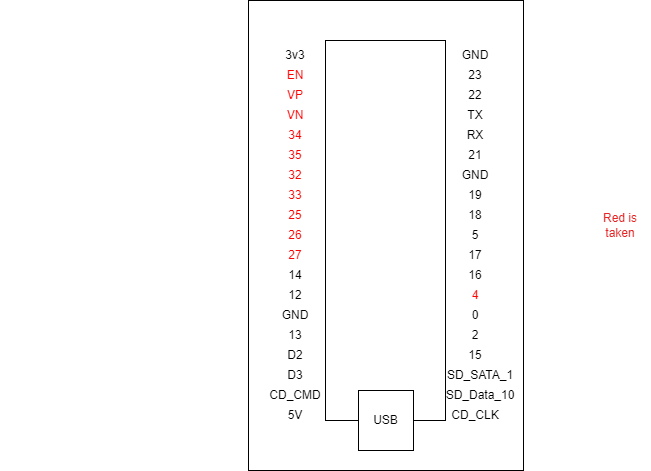
Boti21/SDU-SPRO3-CODE keeps this draw.io diagram as SPRO3-Firmware/pin_out.png. Above is the earlier version. Source tidied: cells renumbered, new cells last; positions are measured from the earlier drawing's top-left corner, leaving out a move shared by most shapes.
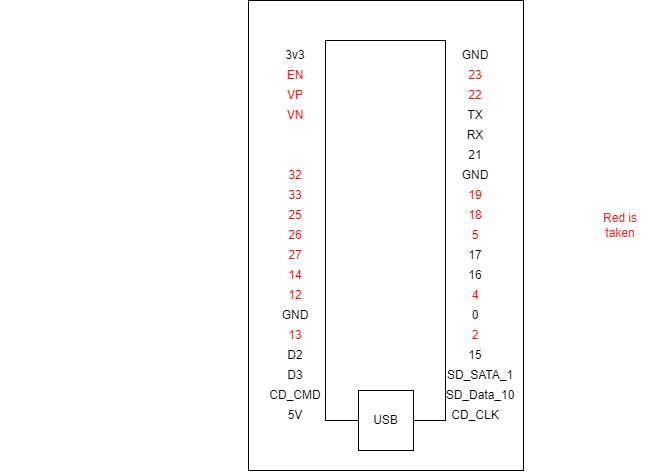
Later version of the same file.

What changed in the source:
```diff
@@ -20,10 +20,10 @@
     <mxCell id="7" value="VN" style="text;html=1;strokeColor=none;fillColor=none;align=center;verticalAlign=middle;whiteSpace=wrap;rounded=0;fontColor=#FF0000;" parent="1" vertex="1">
       <mxGeometry x="265" y="100" width="60" height="30" as="geometry" />
     </mxCell>
-    <mxCell id="8" value="34" style="text;html=1;strokeColor=none;fillColor=none;align=center;verticalAlign=middle;whiteSpace=wrap;rounded=0;fontColor=#FF0000;" parent="1" vertex="1">
+    <mxCell id="8" value="&lt;font color=&quot;#ffffff&quot;&gt;34&lt;/font&gt;" style="text;html=1;strokeColor=none;fillColor=none;align=center;verticalAlign=middle;whiteSpace=wrap;rounded=0;fontColor=#FF0000;" parent="1" vertex="1">
       <mxGeometry x="265" y="120" width="60" height="30" as="geometry" />
     </mxCell>
-    <mxCell id="9" value="35" style="text;html=1;strokeColor=none;fillColor=none;align=center;verticalAlign=middle;whiteSpace=wrap;rounded=0;fontColor=#FF0000;" parent="1" vertex="1">
+    <mxCell id="9" value="35" style="text;html=1;strokeColor=none;fillColor=none;align=center;verticalAlign=middle;whiteSpace=wrap;rounded=0;fontColor=#FFFFFF;" parent="1" vertex="1">
       <mxGeometry x="265" y="140" width="60" height="30" as="geometry" />
     </mxCell>
     <mxCell id="10" value="32" style="text;html=1;strokeColor=none;fillColor=none;align=center;verticalAlign=middle;whiteSpace=wrap;rounded=0;fontColor=#FF0000;" parent="1" vertex="1">
@@ -41,16 +41,16 @@
     <mxCell id="14" value="27" style="text;html=1;strokeColor=none;fillColor=none;align=center;verticalAlign=middle;whiteSpace=wrap;rounded=0;fontColor=#FF0000;" parent="1" vertex="1">
       <mxGeometry x="265" y="240" width="60" height="30" as="geometry" />
     </mxCell>
-    <mxCell id="15" value="14" style="text;html=1;strokeColor=none;fillColor=none;align=center;verticalAlign=middle;whiteSpace=wrap;rounded=0;" parent="1" vertex="1">
+    <mxCell id="15" value="14" style="text;html=1;strokeColor=none;fillColor=none;align=center;verticalAlign=middle;whiteSpace=wrap;rounded=0;fontColor=#FF0000;" parent="1" vertex="1">
       <mxGeometry x="265" y="260" width="60" height="30" as="geometry" />
     </mxCell>
-    <mxCell id="16" value="12" style="text;html=1;strokeColor=none;fillColor=none;align=center;verticalAlign=middle;whiteSpace=wrap;rounded=0;" parent="1" vertex="1">
+    <mxCell id="16" value="12" style="text;html=1;strokeColor=none;fillColor=none;align=center;verticalAlign=middle;whiteSpace=wrap;rounded=0;fontColor=#FF0000;" parent="1" vertex="1">
       <mxGeometry x="265" y="280" width="60" height="30" as="geometry" />
     </mxCell>
     <mxCell id="17" value="GND" style="text;html=1;strokeColor=none;fillColor=none;align=center;verticalAlign=middle;whiteSpace=wrap;rounded=0;" parent="1" vertex="1">
       <mxGeometry x="265" y="300" width="60" height="30" as="geometry" />
     </mxCell>
-    <mxCell id="18" value="13" style="text;html=1;strokeColor=none;fillColor=none;align=center;verticalAlign=middle;whiteSpace=wrap;rounded=0;" parent="1" vertex="1">
+    <mxCell id="18" value="13" style="text;html=1;strokeColor=none;fillColor=none;align=center;verticalAlign=middle;whiteSpace=wrap;rounded=0;fontColor=#FF0000;" parent="1" vertex="1">
       <mxGeometry x="265" y="320" width="60" height="30" as="geometry" />
     </mxCell>
     <mxCell id="19" value="D2" style="text;html=1;strokeColor=none;fillColor=none;align=center;verticalAlign=middle;whiteSpace=wrap;rounded=0;" parent="1" vertex="1">
@@ -68,10 +68,10 @@
     <mxCell id="23" value="GND" style="text;html=1;strokeColor=none;fillColor=none;align=center;verticalAlign=middle;whiteSpace=wrap;rounded=0;" parent="1" vertex="1">
       <mxGeometry x="445" y="40" width="60" height="30" as="geometry" />
     </mxCell>
-    <mxCell id="24" value="23" style="text;html=1;strokeColor=none;fillColor=none;align=center;verticalAlign=middle;whiteSpace=wrap;rounded=0;" parent="1" vertex="1">
+    <mxCell id="24" value="23" style="text;html=1;strokeColor=none;fillColor=none;align=center;verticalAlign=middle;whiteSpace=wrap;rounded=0;fontColor=#FF0000;" parent="1" vertex="1">
       <mxGeometry x="445" y="60" width="60" height="30" as="geometry" />
     </mxCell>
-    <mxCell id="25" value="22" style="text;html=1;strokeColor=none;fillColor=none;align=center;verticalAlign=middle;whiteSpace=wrap;rounded=0;" parent="1" vertex="1">
+    <mxCell id="25" value="22" style="text;html=1;strokeColor=none;fillColor=none;align=center;verticalAlign=middle;whiteSpace=wrap;rounded=0;fontColor=#FF0000;" parent="1" vertex="1">
       <mxGeometry x="445" y="80" width="60" height="30" as="geometry" />
     </mxCell>
     <mxCell id="26" value="TX" style="text;html=1;strokeColor=none;fillColor=none;align=center;verticalAlign=middle;whiteSpace=wrap;rounded=0;" parent="1" vertex="1">
@@ -86,13 +86,13 @@
     <mxCell id="29" value="GND" style="text;html=1;strokeColor=none;fillColor=none;align=center;verticalAlign=middle;whiteSpace=wrap;rounded=0;" parent="1" vertex="1">
       <mxGeometry x="445" y="160" width="60" height="30" as="geometry" />
     </mxCell>
-    <mxCell id="30" value="19" style="text;html=1;strokeColor=none;fillColor=none;align=center;verticalAlign=middle;whiteSpace=wrap;rounded=0;" parent="1" vertex="1">
+    <mxCell id="30" value="19" style="text;html=1;strokeColor=none;fillColor=none;align=center;verticalAlign=middle;whiteSpace=wrap;rounded=0;fontColor=#FF0000;" parent="1" vertex="1">
       <mxGeometry x="445" y="180" width="60" height="30" as="geometry" />
     </mxCell>
-    <mxCell id="31" value="18" style="text;html=1;strokeColor=none;fillColor=none;align=center;verticalAlign=middle;whiteSpace=wrap;rounded=0;" parent="1" vertex="1">
+    <mxCell id="31" value="18" style="text;html=1;strokeColor=none;fillColor=none;align=center;verticalAlign=middle;whiteSpace=wrap;rounded=0;fontColor=#FF0000;" parent="1" vertex="1">
       <mxGeometry x="445" y="200" width="60" height="30" as="geometry" />
     </mxCell>
-    <mxCell id="32" value="5" style="text;html=1;strokeColor=none;fillColor=none;align=center;verticalAlign=middle;whiteSpace=wrap;rounded=0;" parent="1" vertex="1">
+    <mxCell id="32" value="5" style="text;html=1;strokeColor=none;fillColor=none;align=center;verticalAlign=middle;whiteSpace=wrap;rounded=0;fontColor=#FF0000;" parent="1" vertex="1">
       <mxGeometry x="445" y="220" width="60" height="30" as="geometry" />
     </mxCell>
     <mxCell id="33" value="17" style="text;html=1;strokeColor=none;fillColor=none;align=center;verticalAlign=middle;whiteSpace=wrap;rounded=0;" parent="1" vertex="1">
@@ -107,7 +107,7 @@
     <mxCell id="36" value="0" style="text;html=1;strokeColor=none;fillColor=none;align=center;verticalAlign=middle;whiteSpace=wrap;rounded=0;" parent="1" vertex="1">
       <mxGeometry x="445" y="300" width="60" height="30" as="geometry" />
     </mxCell>
-    <mxCell id="37" value="2" style="text;html=1;strokeColor=none;fillColor=none;align=center;verticalAlign=middle;whiteSpace=wrap;rounded=0;" parent="1" vertex="1">
+    <mxCell id="37" value="2" style="text;html=1;strokeColor=none;fillColor=none;align=center;verticalAlign=middle;whiteSpace=wrap;rounded=0;fontColor=#FF0000;" parent="1" vertex="1">
       <mxGeometry x="445" y="320" width="60" height="30" as="geometry" />
     </mxCell>
     <mxCell id="38" value="15" style="text;html=1;strokeColor=none;fillColor=none;align=center;verticalAlign=middle;whiteSpace=wrap;rounded=0;" parent="1" vertex="1">
```
